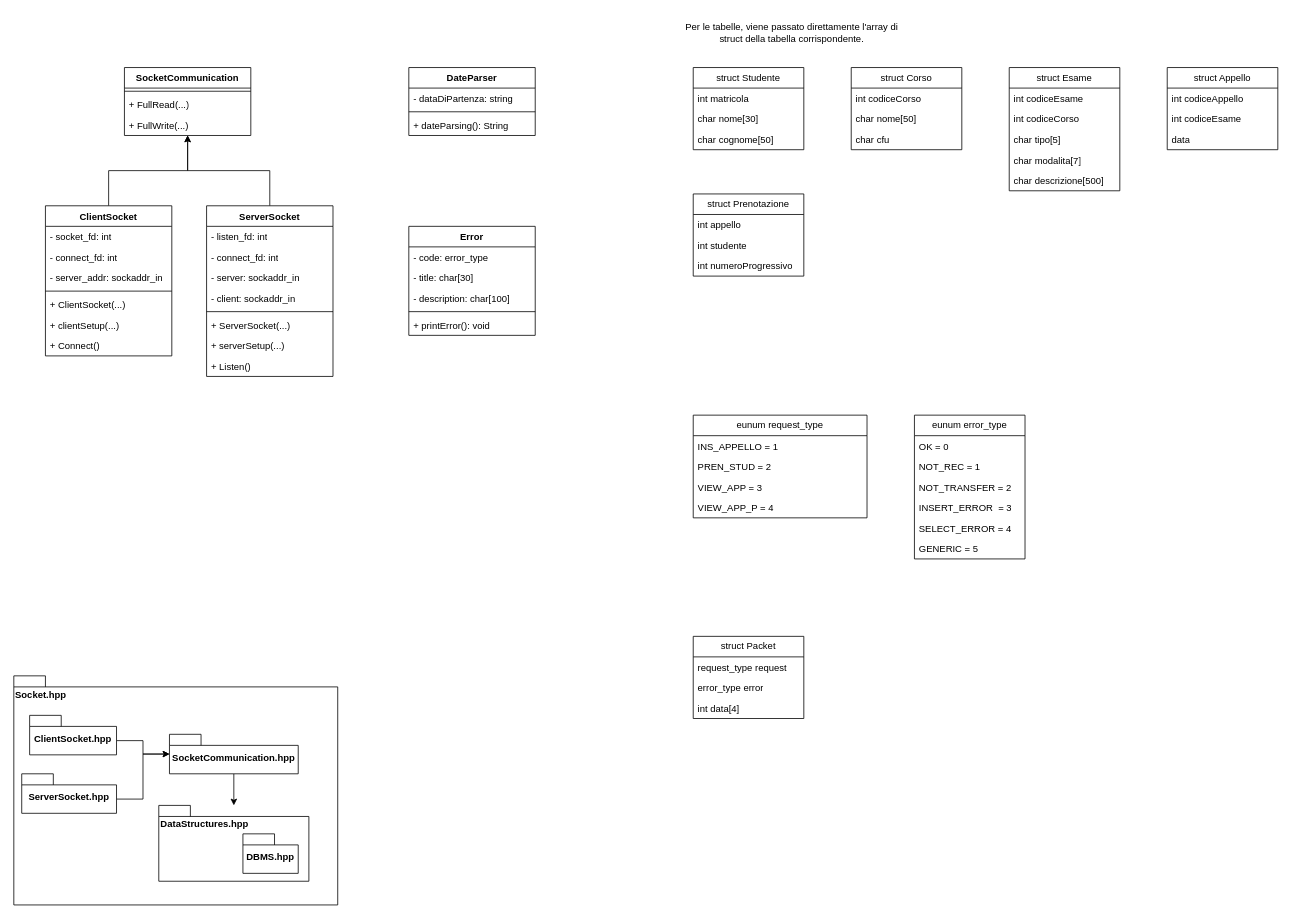
Earlier version of the draw.io diagram documentazione/Classi_Librerie.drawio (NicolaPonticelli001/reti_di_calcolatori_gestionale_uni). Source tidied: cells renumbered, new cells numbered last; positions are measured from the earlier drawing's top-left corner, leaving out a move shared by most shapes. Both pictures are drawn from the tidied source at 79%, with x=0, y=0 at pixel (13, 13).
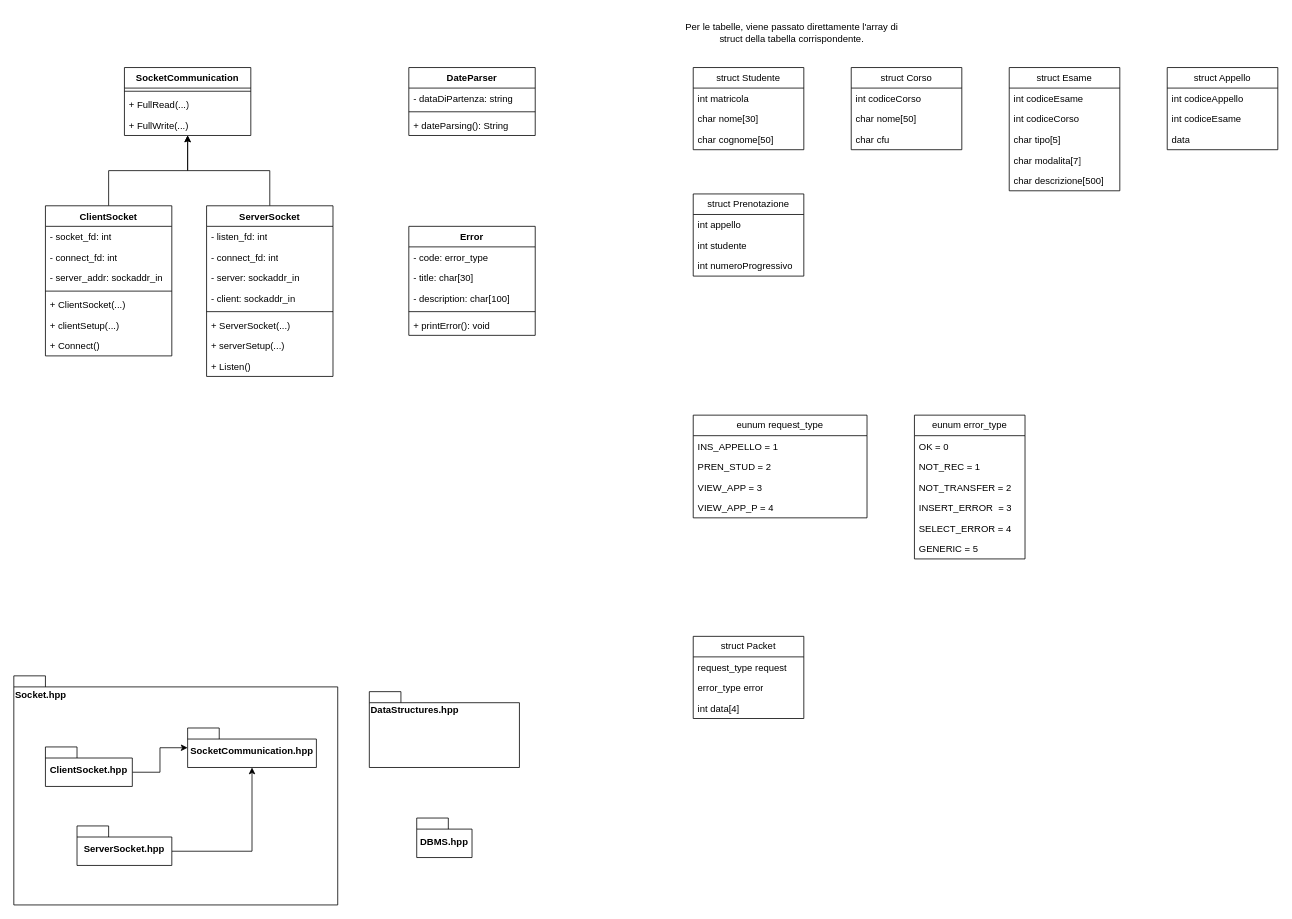
After the change.

Commit message:
Aggiornamento diagramma classi

Diff of the diagram source:
```diff
@@
     <mxCell id="27" value="ClientSocket.hpp" style="shape=folder;fontStyle=1;spacingTop=10;tabWidth=40;tabHeight=14;tabPosition=left;html=1;whiteSpace=wrap;" parent="1" vertex="1">
-      <mxGeometry x="20" y="888" width="110" height="50" as="geometry" />
+      <mxGeometry x="40" y="928" width="110" height="50" as="geometry" />
     </mxCell>
@@
     <mxCell id="29" value="ServerSocket.hpp" style="shape=folder;fontStyle=1;spacingTop=10;tabWidth=40;tabHeight=14;tabPosition=left;html=1;whiteSpace=wrap;" parent="1" vertex="1">
-      <mxGeometry x="10" y="962" width="120" height="50" as="geometry" />
+      <mxGeometry x="80" y="1028" width="120" height="50" as="geometry" />
     </mxCell>
-    <mxCell id="30" style="edgeStyle=orthogonalEdgeStyle;rounded=0;jettySize=auto;html=1;exitX=0.5;exitY=1;exitDx=0;exitDy=0;exitPerimeter=0;" parent="1" edge="1" source="31" target="32">
-      <mxGeometry relative="1" as="geometry" />
-    </mxCell>
     <mxCell id="31" value="SocketCommunication.hpp" style="shape=folder;fontStyle=1;spacingTop=10;tabWidth=40;tabHeight=14;tabPosition=left;html=1;whiteSpace=wrap;" parent="1" vertex="1">
-      <mxGeometry x="197" y="912" width="163" height="50" as="geometry" />
+      <mxGeometry x="220" y="904" width="163" height="50" as="geometry" />
     </mxCell>
     <mxCell id="32" value="DataStructures.hpp" style="shape=folder;fontStyle=1;spacingTop=10;tabWidth=40;tabHeight=14;tabPosition=left;html=1;whiteSpace=wrap;align=left;verticalAlign=top;" parent="1" vertex="1">
-      <mxGeometry x="183.5" y="1002" width="190" height="96" as="geometry" />
+      <mxGeometry x="450" y="858" width="190" height="96" as="geometry" />
     </mxCell>
@@
     <mxCell id="45" value="DBMS.hpp" style="shape=folder;fontStyle=1;spacingTop=10;tabWidth=40;tabHeight=14;tabPosition=left;html=1;whiteSpace=wrap;" parent="1" vertex="1">
-      <mxGeometry x="290" y="1038" width="70" height="50" as="geometry" />
+      <mxGeometry x="510" y="1018" width="70" height="50" as="geometry" />
     </mxCell>
```
